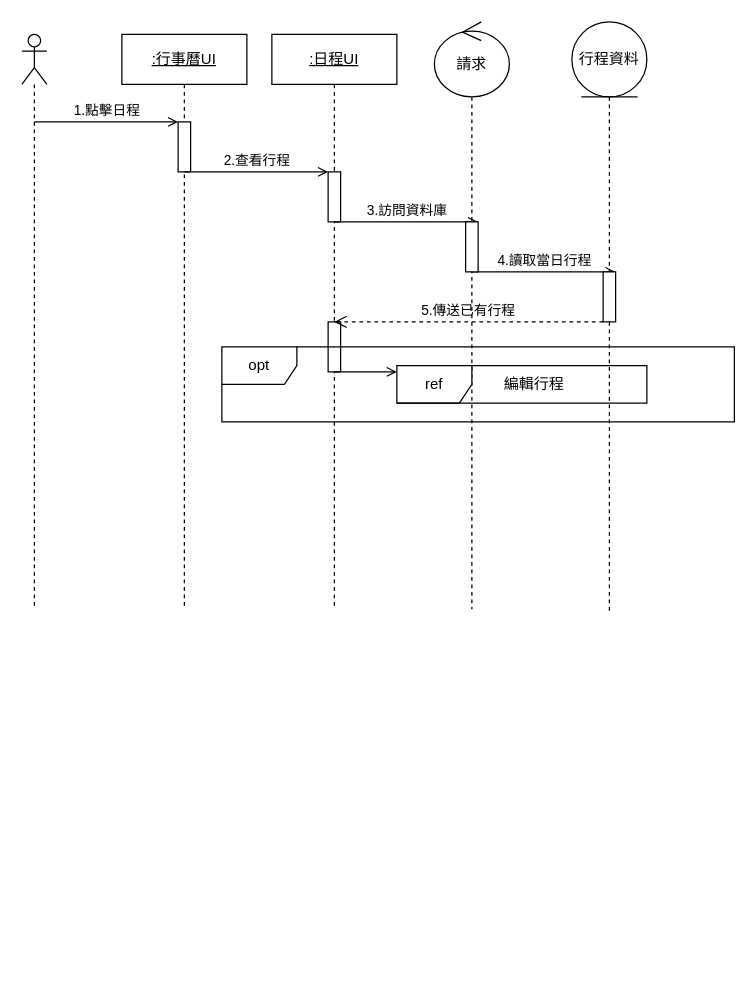
Kevincheng0804/Graduation-Topic keeps this draw.io diagram as page "查看日程" (8 of 8) of 系統設計圖/總審UML.drawio. Above is the earlier version. Source tidied: cells renumbered, new cells numbered last; positions are measured from the earlier drawing's top-left corner, leaving out a move shared by most shapes. Both pictures are drawn from the tidied source at 125%, with x=0, y=0 at pixel (21, 21).
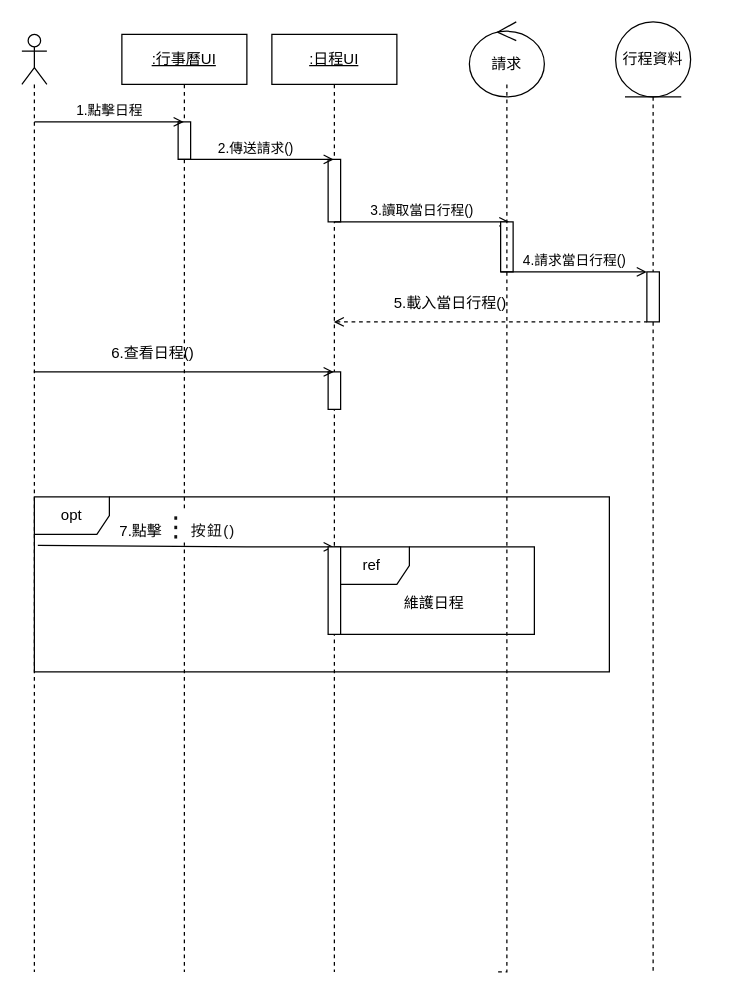
Above is the later version.

The edit, as a diff of the source:
```diff
@@
     <mxCell id="2" style="shape=umlLifeline;perimeter=lifelinePerimeter;whiteSpace=wrap;html=1;outlineConnect=0;portConstraint=eastwest;newEdgeStyle={&quot;curved&quot;:0,&quot;rounded&quot;:0};participant=umlActor;" parent="1" vertex="1">
-      <mxGeometry y="10" width="20" height="460" as="geometry" />
+      <mxGeometry y="10" width="20" height="750" as="geometry" />
     </mxCell>
     <mxCell id="3" value="&lt;u&gt;:行事曆UI&lt;/u&gt;" style="shape=umlLifeline;perimeter=lifelinePerimeter;whiteSpace=wrap;html=1;outlineConnect=0;portConstraint=eastwest;newEdgeStyle={&quot;curved&quot;:0,&quot;rounded&quot;:0};" parent="1" vertex="1">
-      <mxGeometry x="80" y="10" width="100" height="460" as="geometry" />
+      <mxGeometry x="80" y="10" width="100" height="750" as="geometry" />
     </mxCell>
     <mxCell id="4" style="html=1;points=[[0,0,0,0,5],[0,1,0,0,-5],[1,0,0,0,5],[1,1,0,0,-5]];perimeter=orthogonalPerimeter;outlineConnect=0;targetShapes=umlLifeline;portConstraint=eastwest;newEdgeStyle={&quot;curved&quot;:0,&quot;rounded&quot;:0};" parent="3" vertex="1">
-      <mxGeometry x="45" y="70" width="10" height="40" as="geometry" />
+      <mxGeometry x="45" y="70" width="10" height="30" as="geometry" />
     </mxCell>
     <mxCell id="5" value="&lt;u&gt;:日程UI&lt;/u&gt;" style="shape=umlLifeline;perimeter=lifelinePerimeter;whiteSpace=wrap;html=1;outlineConnect=0;portConstraint=eastwest;newEdgeStyle={&quot;curved&quot;:0,&quot;rounded&quot;:0};" parent="1" vertex="1">
-      <mxGeometry x="200" y="10" width="100" height="460" as="geometry" />
+      <mxGeometry x="200" y="10" width="100" height="750" as="geometry" />
     </mxCell>
     <mxCell id="6" style="html=1;perimeter=orthogonalPerimeter;targetShapes=umlLifeline;newEdgeStyle={&quot;curved&quot;:0,&quot;rounded&quot;:0};" parent="5" vertex="1">
-      <mxGeometry x="45" y="110" width="10" height="40" as="geometry" />
+      <mxGeometry x="45" y="100" width="10" height="50" as="geometry" />
     </mxCell>
-    <mxCell id="7" style="html=1;perimeter=orthogonalPerimeter;targetShapes=umlLifeline;newEdgeStyle={&quot;curved&quot;:0,&quot;rounded&quot;:0};" parent="5" vertex="1">
-      <mxGeometry x="45" y="230" width="10" height="40" as="geometry" />
-    </mxCell>
-    <mxCell id="8" value="5.傳送已有行程" style="html=1;verticalAlign=bottom;endArrow=open;dashed=1;endSize=8;curved=0;rounded=0;" parent="1" edge="1">
-      <mxGeometry relative="1" as="geometry">
-        <mxPoint x="465" y="240" as="sourcePoint" />
-        <mxPoint x="249.8" y="240" as="targetPoint" />
-      </mxGeometry>
-    </mxCell>
+    <mxCell id="23" style="html=1;perimeter=orthogonalPerimeter;targetShapes=umlLifeline;newEdgeStyle={&quot;curved&quot;:0,&quot;rounded&quot;:0};" parent="5" vertex="1">
+      <mxGeometry x="45" y="270" width="10" height="30" as="geometry" />
+    </mxCell>
-    <mxCell id="9" value="1.點擊日程" style="html=1;verticalAlign=bottom;endArrow=open;curved=0;rounded=0;endFill=0;" parent="1" edge="1" target="4">
+    <mxCell id="9" value="1.點擊日程" style="html=1;verticalAlign=bottom;endArrow=open;curved=0;rounded=0;endFill=0;" parent="1" edge="1" target="3">
       <mxGeometry relative="1" as="geometry">
         <mxPoint x="10" y="80" as="sourcePoint" />
       </mxGeometry>
     </mxCell>
-    <mxCell id="10" value="2.查看行程" style="html=1;verticalAlign=bottom;endArrow=open;curved=0;rounded=0;endFill=0;" parent="1" edge="1">
-      <mxGeometry relative="1" as="geometry">
-        <mxPoint x="130" y="120" as="sourcePoint" />
-        <mxPoint x="245" y="120" as="targetPoint" />
-      </mxGeometry>
-    </mxCell>
-    <mxCell id="11" value="3.訪問資料庫" style="html=1;verticalAlign=bottom;endArrow=open;curved=0;rounded=0;endFill=0;" parent="1" edge="1">
-      <mxGeometry relative="1" as="geometry">
-        <mxPoint x="250" y="160" as="sourcePoint" />
-        <mxPoint x="365" y="160" as="targetPoint" />
-      </mxGeometry>
-    </mxCell>
-    <mxCell id="12" value="4.讀取當日行程" style="html=1;verticalAlign=bottom;endArrow=open;curved=0;rounded=0;endFill=0;" parent="1" edge="1">
+    <mxCell id="12" value="3.讀取當日行程()" style="html=1;verticalAlign=bottom;endArrow=open;curved=0;rounded=0;endFill=0;" parent="1" edge="1">
       <mxGeometry relative="1" as="geometry">
-        <mxPoint x="360" y="200" as="sourcePoint" />
-        <mxPoint x="475" y="200" as="targetPoint" />
+        <mxPoint x="250" y="160" as="sourcePoint" />
+        <mxPoint x="390" y="160" as="targetPoint" />
       </mxGeometry>
     </mxCell>
     <mxCell id="13" style="edgeStyle=orthogonalEdgeStyle;rounded=0;jettySize=auto;html=1;endArrow=none;endFill=0;dashed=1;" parent="1" edge="1" source="14">
       <mxGeometry relative="1" as="geometry">
-        <mxPoint x="470" y="471.1" as="targetPoint" />
+        <mxPoint x="505" y="760" as="targetPoint" />
         <Array as="points">
-          <mxPoint x="470" y="310" />
+          <mxPoint x="505" y="520" />
         </Array>
       </mxGeometry>
     </mxCell>
     <mxCell id="14" value="行程資料" style="ellipse;shape=umlEntity;whiteSpace=wrap;html=1;" parent="1" vertex="1">
-      <mxGeometry x="440" width="60" height="60" as="geometry" />
+      <mxGeometry x="475" width="60" height="60" as="geometry" />
     </mxCell>
-    <mxCell id="15" style="edgeStyle=orthogonalEdgeStyle;rounded=0;jettySize=auto;html=1;dashed=1;endArrow=none;endFill=0;" parent="1" edge="1" source="16">
-      <mxGeometry relative="1" as="geometry">
-        <mxPoint x="360" y="469.9" as="targetPoint" />
-        <Array as="points">
-          <mxPoint x="360" y="310" />
-        </Array>
-      </mxGeometry>
-    </mxCell>
     <mxCell id="16" value="請求" style="ellipse;shape=umlControl;whiteSpace=wrap;html=1;" parent="1" vertex="1">
-      <mxGeometry x="330" width="60" height="60" as="geometry" />
+      <mxGeometry x="358" width="60" height="60" as="geometry" />
     </mxCell>
-    <mxCell id="17" style="html=1;perimeter=orthogonalPerimeter;targetShapes=umlLifeline;newEdgeStyle={&quot;curved&quot;:0,&quot;rounded&quot;:0};" parent="1" vertex="1">
-      <mxGeometry x="355" y="160" width="10" height="40" as="geometry" />
-    </mxCell>
-    <mxCell id="18" style="html=1;perimeter=orthogonalPerimeter;targetShapes=umlLifeline;newEdgeStyle={&quot;curved&quot;:0,&quot;rounded&quot;:0};" parent="1" vertex="1">
-      <mxGeometry x="465" y="200" width="10" height="40" as="geometry" />
-    </mxCell>
     <mxCell id="19" value="opt" style="shape=umlFrame;whiteSpace=wrap;html=1;" parent="1" vertex="1">
-      <mxGeometry x="160" y="260" width="410" height="60" as="geometry" />
+      <mxGeometry x="10" y="380" width="460" height="140" as="geometry" />
     </mxCell>
     <mxCell id="20" value="ref" style="shape=umlFrame;whiteSpace=wrap;html=1;" parent="1" vertex="1">
-      <mxGeometry x="300" y="275" width="200" height="30" as="geometry" />
+      <mxGeometry x="250" y="420" width="160" height="70" as="geometry" />
     </mxCell>
-    <mxCell id="21" style="html=1;verticalAlign=bottom;endArrow=open;curved=0;rounded=0;endFill=0;" parent="1" edge="1">
-      <mxGeometry x="-0.2" y="-20" relative="1" as="geometry">
-        <mxPoint x="250" y="280" as="sourcePoint" />
-        <mxPoint x="300" y="280" as="targetPoint" />
-      </mxGeometry>
-    </mxCell>
-    <mxCell id="22" value="編輯行程" style="text;html=1;whiteSpace=wrap;strokeColor=none;fillColor=none;align=center;verticalAlign=middle;rounded=0;" parent="1" vertex="1">
-      <mxGeometry x="380" y="275" width="60" height="30" as="geometry" />
+    <mxCell id="22" value="維護日程" style="text;html=1;whiteSpace=wrap;strokeColor=none;fillColor=none;align=center;verticalAlign=middle;rounded=0;" parent="1" vertex="1">
+      <mxGeometry x="300" y="450" width="60" height="30" as="geometry" />
     </mxCell>
+    <mxCell id="24" value="2.傳送請求()" style="html=1;verticalAlign=bottom;endArrow=open;curved=0;rounded=0;endFill=0;" parent="1" edge="1" target="5">
+      <mxGeometry relative="1" as="geometry">
+        <mxPoint x="125" y="110" as="sourcePoint" />
+      </mxGeometry>
+    </mxCell>
+    <mxCell id="25" style="html=1;verticalAlign=bottom;endArrow=open;curved=0;rounded=0;endFill=0;" parent="1" edge="1" source="2" target="5">
+      <mxGeometry relative="1" as="geometry">
+        <Array as="points">
+          <mxPoint x="170" y="280" />
+        </Array>
+      </mxGeometry>
+    </mxCell>
+    <mxCell id="26" value="6.查看日程()" style="text;html=1;whiteSpace=wrap;strokeColor=none;fillColor=none;align=center;verticalAlign=middle;rounded=0;" parent="1" vertex="1">
+      <mxGeometry x="70" y="250" width="70" height="30" as="geometry" />
+    </mxCell>
+    <mxCell id="18" style="html=1;perimeter=orthogonalPerimeter;targetShapes=umlLifeline;newEdgeStyle={&quot;curved&quot;:0,&quot;rounded&quot;:0};" parent="1" vertex="1">
+      <mxGeometry x="383" y="160" width="10" height="40" as="geometry" />
+    </mxCell>
+    <mxCell id="27" value="4.請求當日行程()" style="html=1;verticalAlign=bottom;endArrow=open;curved=0;rounded=0;endFill=0;" parent="1" edge="1">
+      <mxGeometry relative="1" as="geometry">
+        <mxPoint x="383" y="200" as="sourcePoint" />
+        <mxPoint x="500" y="200" as="targetPoint" />
+      </mxGeometry>
+    </mxCell>
+    <mxCell id="28" style="html=1;perimeter=orthogonalPerimeter;targetShapes=umlLifeline;newEdgeStyle={&quot;curved&quot;:0,&quot;rounded&quot;:0};" parent="1" vertex="1">
+      <mxGeometry x="500" y="200" width="10" height="40" as="geometry" />
+    </mxCell>
+    <mxCell id="29" style="endArrow=none;html=1;rounded=0;endFill=0;startArrow=open;startFill=0;dashed=1;" parent="1" edge="1" source="5">
+      <mxGeometry relative="1" as="geometry">
+        <mxPoint x="500" y="240" as="targetPoint" />
+      </mxGeometry>
+    </mxCell>
+    <mxCell id="30" value="5.載入當日行程()" style="text;html=1;whiteSpace=wrap;strokeColor=none;fillColor=none;align=center;verticalAlign=middle;rounded=0;" parent="1" vertex="1">
+      <mxGeometry x="293" y="210" width="100" height="30" as="geometry" />
+    </mxCell>
+    <mxCell id="31" style="edgeStyle=orthogonalEdgeStyle;rounded=0;orthogonalLoop=1;jettySize=auto;html=1;endArrow=none;endFill=0;dashed=1;" parent="1" edge="1">
+      <mxGeometry relative="1" as="geometry">
+        <mxPoint x="388" y="50" as="sourcePoint" />
+        <mxPoint x="380" y="760" as="targetPoint" />
+        <Array as="points">
+          <mxPoint x="388" y="760" />
+        </Array>
+      </mxGeometry>
+    </mxCell>
+    <mxCell id="32" style="html=1;verticalAlign=bottom;endArrow=open;curved=0;rounded=0;endFill=0;exitX=0.006;exitY=0.277;exitDx=0;exitDy=0;exitPerimeter=0;" parent="1" edge="1" source="19" target="5">
+      <mxGeometry relative="1" as="geometry">
+        <Array as="points">
+          <mxPoint x="180" y="420" />
+        </Array>
+      </mxGeometry>
+    </mxCell>
+    <mxCell id="33" value="7.點擊&lt;span style=&quot;color: rgb(17, 17, 17); font-family: Manrope, sans-serif; font-size: 22px; letter-spacing: 1px; text-align: start; background-color: rgb(255, 255, 255);&quot;&gt;⋮&lt;/span&gt;&lt;span style=&quot;color: rgb(17, 17, 17); font-family: Manrope, sans-serif; letter-spacing: 1px; text-align: start; background-color: rgb(255, 255, 255);&quot;&gt;&lt;font style=&quot;font-size: 12px;&quot;&gt;按鈕()&lt;/font&gt;&lt;/span&gt;" style="text;html=1;whiteSpace=wrap;strokeColor=none;fillColor=none;align=center;verticalAlign=middle;rounded=0;" parent="1" vertex="1">
+      <mxGeometry x="70" y="390" width="110" height="30" as="geometry" />
+    </mxCell>
+    <mxCell id="34" style="html=1;perimeter=orthogonalPerimeter;targetShapes=umlLifeline;newEdgeStyle={&quot;curved&quot;:0,&quot;rounded&quot;:0};" parent="1" vertex="1">
+      <mxGeometry x="245" y="420" width="10" height="70" as="geometry" />
+    </mxCell>
```
